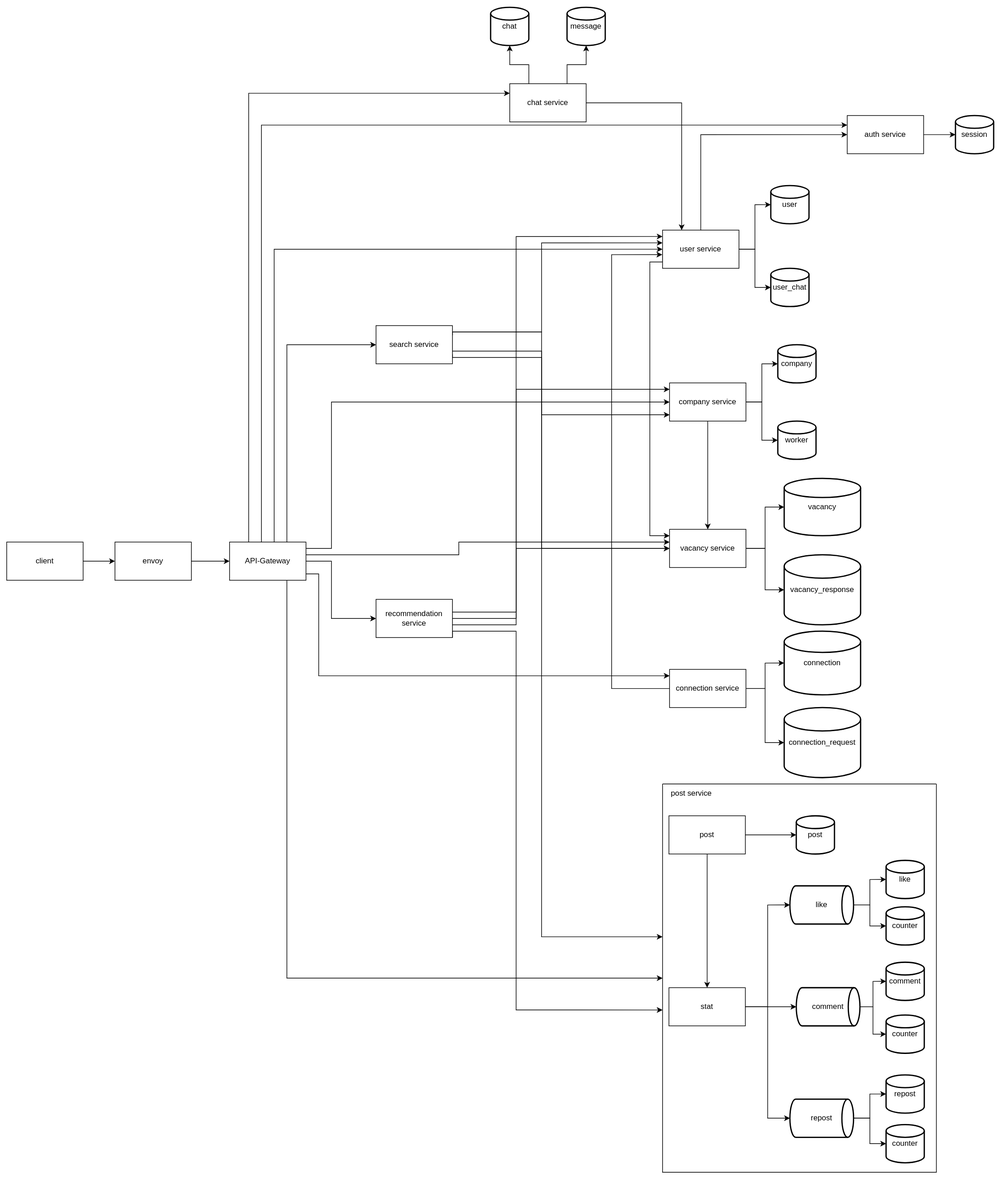
Earlier version of the draw.io export images/linkedin_scheme.svg (damedelion/highload_linkedin). Source tidied: cells renumbered, new cells last; positions are measured from the earlier drawing's top-left corner, leaving out a move shared by most shapes.
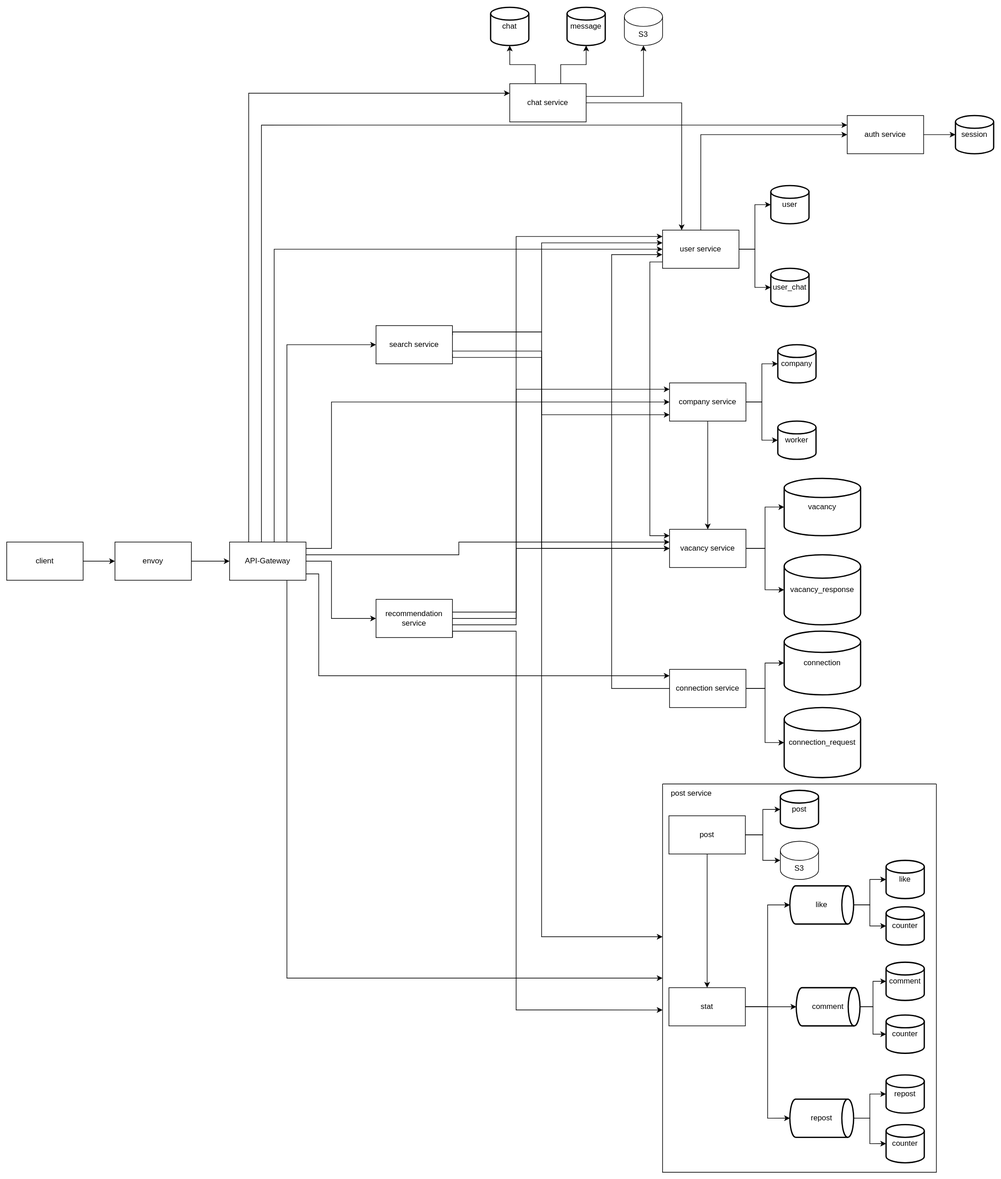
The same file after the commit.

What changed in the source:
```diff
@@ -114,6 +114,13 @@
     <mxCell id="23" style="edgeStyle=orthogonalEdgeStyle;rounded=0;jettySize=auto;html=1;entryX=0.25;entryY=0;entryDx=0;entryDy=0;" parent="1" edge="1" source="24" target="19">
       <mxGeometry relative="1" as="geometry" />
     </mxCell>
+    <mxCell id="84" style="edgeStyle=orthogonalEdgeStyle;rounded=0;jettySize=auto;html=1;" parent="1" edge="1" source="24" target="87">
+      <mxGeometry relative="1" as="geometry">
+        <Array as="points">
+          <mxPoint x="1000" y="140" />
+        </Array>
+      </mxGeometry>
+    </mxCell>
     <mxCell id="24" value="chat service" style="whiteSpace=wrap;html=1;" parent="1" vertex="1">
       <mxGeometry x="790" y="120" width="120" height="60" as="geometry" />
     </mxCell>
@@ -261,11 +268,14 @@
     <mxCell id="54" style="edgeStyle=orthogonalEdgeStyle;rounded=0;jettySize=auto;html=1;entryX=0.5;entryY=0;entryDx=0;entryDy=0;" parent="52" edge="1" source="55" target="58">
       <mxGeometry relative="1" as="geometry" />
     </mxCell>
+    <mxCell id="85" style="edgeStyle=orthogonalEdgeStyle;rounded=0;jettySize=auto;html=1;" parent="52" edge="1" source="55" target="86">
+      <mxGeometry relative="1" as="geometry" />
+    </mxCell>
     <mxCell id="55" value="post" style="whiteSpace=wrap;html=1;" parent="52" vertex="1">
       <mxGeometry x="10" y="50" width="120" height="60" as="geometry" />
     </mxCell>
     <mxCell id="56" value="post" style="strokeWidth=2;html=1;shape=mxgraph.flowchart.database;whiteSpace=wrap;" parent="52" vertex="1">
-      <mxGeometry x="210" y="50" width="60" height="60" as="geometry" />
+      <mxGeometry x="185" y="10" width="60" height="60" as="geometry" />
     </mxCell>
     <mxCell id="57" style="edgeStyle=orthogonalEdgeStyle;rounded=0;jettySize=auto;html=1;entryX=0;entryY=0.5;entryDx=0;entryDy=0;entryPerimeter=0;" parent="52" edge="1" source="55" target="56">
       <mxGeometry relative="1" as="geometry" />
@@ -327,6 +337,9 @@
     <mxCell id="76" style="edgeStyle=orthogonalEdgeStyle;rounded=0;jettySize=auto;html=1;entryX=0;entryY=0.5;entryDx=0;entryDy=0;entryPerimeter=0;" parent="52" edge="1" source="64" target="75">
       <mxGeometry relative="1" as="geometry" />
     </mxCell>
+    <mxCell id="86" value="S3" style="shape=cylinder3;whiteSpace=wrap;html=1;boundedLbl=1;backgroundOutline=1;size=15;" parent="52" vertex="1">
+      <mxGeometry x="185" y="90" width="60" height="60" as="geometry" />
+    </mxCell>
     <mxCell id="77" style="edgeStyle=orthogonalEdgeStyle;rounded=0;jettySize=auto;html=1;entryX=0;entryY=0.5;entryDx=0;entryDy=0;entryPerimeter=0;" parent="1" edge="1" source="41" target="51">
       <mxGeometry relative="1" as="geometry" />
     </mxCell>
@@ -342,11 +355,24 @@
     <mxCell id="81" value="message" style="strokeWidth=2;html=1;shape=mxgraph.flowchart.database;whiteSpace=wrap;" parent="1" vertex="1">
       <mxGeometry x="880" width="60" height="60" as="geometry" />
     </mxCell>
-    <mxCell id="82" style="edgeStyle=orthogonalEdgeStyle;rounded=0;jettySize=auto;html=1;entryX=0.5;entryY=1;entryDx=0;entryDy=0;entryPerimeter=0;exitX=0.75;exitY=0;exitDx=0;exitDy=0;" parent="1" edge="1" source="24" target="81">
-      <mxGeometry relative="1" as="geometry" />
+    <mxCell id="82" style="edgeStyle=orthogonalEdgeStyle;rounded=0;jettySize=auto;html=1;entryX=0.5;entryY=1;entryDx=0;entryDy=0;entryPerimeter=0;" parent="1" edge="1" source="24" target="81">
+      <mxGeometry relative="1" as="geometry">
+        <Array as="points">
+          <mxPoint x="870" y="90" />
+          <mxPoint x="910" y="90" />
+        </Array>
+      </mxGeometry>
     </mxCell>
-    <mxCell id="83" style="edgeStyle=orthogonalEdgeStyle;rounded=0;jettySize=auto;html=1;entryX=0.5;entryY=1;entryDx=0;entryDy=0;entryPerimeter=0;exitX=0.25;exitY=0;exitDx=0;exitDy=0;" parent="1" edge="1" source="24" target="80">
-      <mxGeometry relative="1" as="geometry" />
+    <mxCell id="83" style="edgeStyle=orthogonalEdgeStyle;rounded=0;jettySize=auto;html=1;entryX=0.5;entryY=1;entryDx=0;entryDy=0;entryPerimeter=0;" parent="1" edge="1" source="24" target="80">
+      <mxGeometry relative="1" as="geometry">
+        <Array as="points">
+          <mxPoint x="830" y="90" />
+          <mxPoint x="790" y="90" />
+        </Array>
+      </mxGeometry>
     </mxCell>
+    <mxCell id="87" value="S3" style="shape=cylinder3;whiteSpace=wrap;html=1;boundedLbl=1;backgroundOutline=1;size=15;" parent="1" vertex="1">
+      <mxGeometry x="970" width="60" height="60" as="geometry" />
+    </mxCell>
   </root>
 </mxGraphModel>
```
